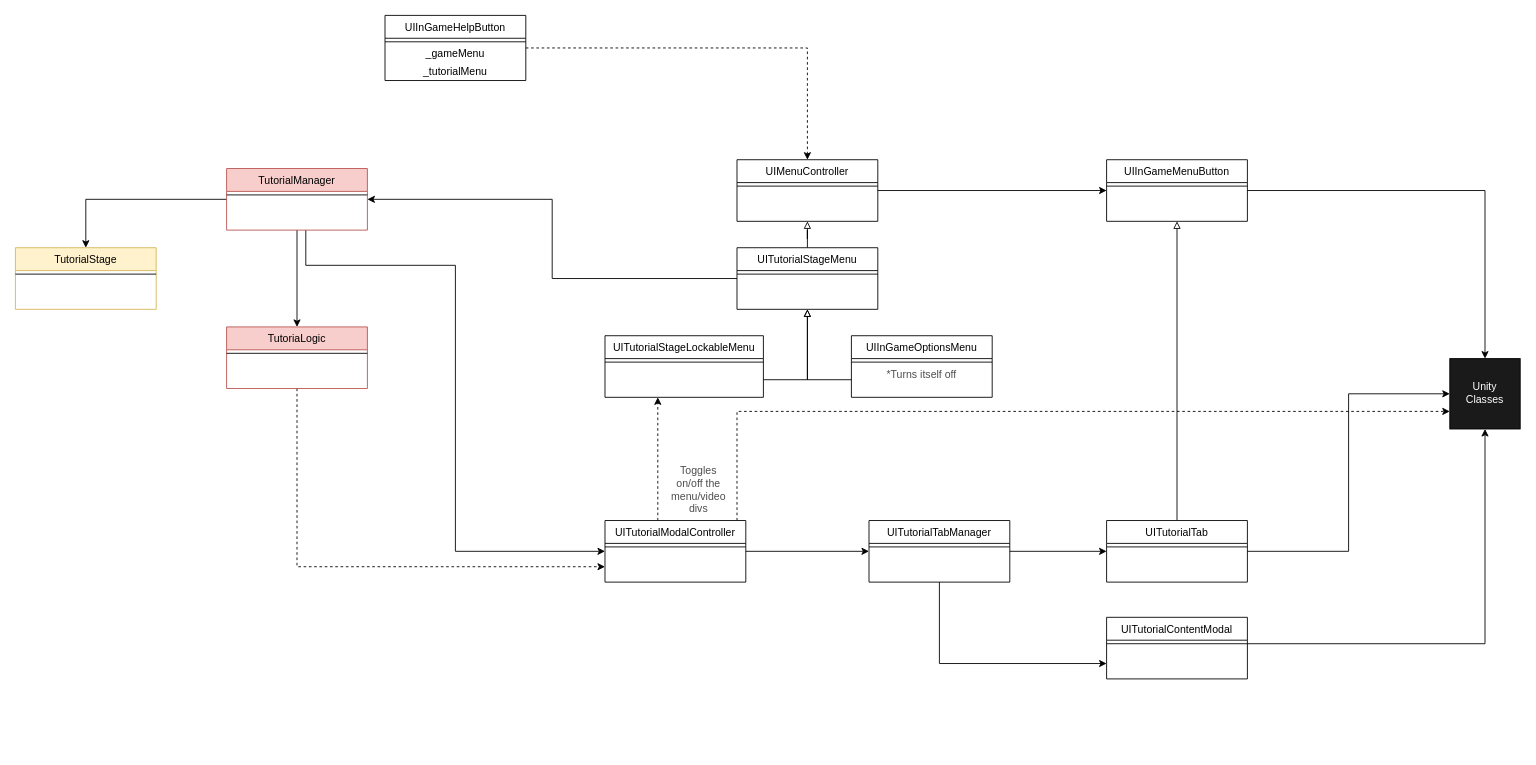
The draw.io diagram Assets/Documentation/TutorialV2UML.drawio in Havie/MPtest, before the edit. Source tidied: cells renumbered, new cells numbered last; positions are measured from the earlier drawing's top-left corner, leaving out a move shared by most shapes. Both pictures are drawn from the tidied source at 88%, with x=0, y=0 at pixel (15, 15).
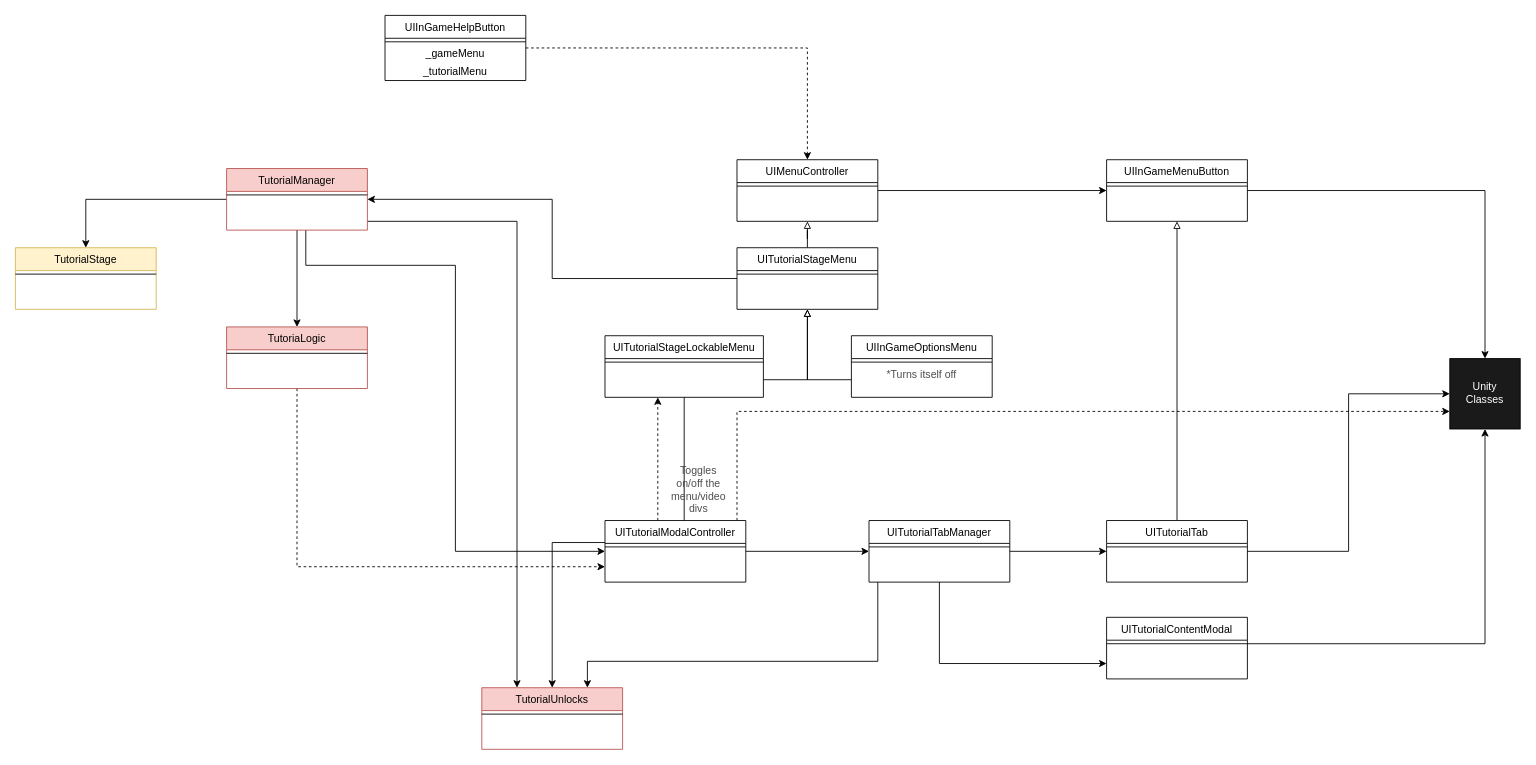
Above is the later version.

The change refers to these unchanged cells:
```xml
<mxCell id="17" value="UITutorialStageLockableMenu" style="swimlane;fontStyle=0;align=center;verticalAlign=top;horizontal=1;startSize=26;rounded=0;shadow=0;strokeWidth=1;" parent="1" vertex="1">
  <mxGeometry x="670" y="364" width="180" height="70" as="geometry" />
</mxCell>
<mxCell id="21" value="UITutorialStageMenu" style="swimlane;fontStyle=0;align=center;verticalAlign=top;horizontal=1;startSize=26;rounded=0;shadow=0;strokeWidth=1;" parent="1" vertex="1">
  <mxGeometry x="820" y="264" width="160" height="70" as="geometry" />
</mxCell>
<mxCell id="29" value="TutorialManager" style="swimlane;fontStyle=0;align=center;verticalAlign=top;horizontal=1;startSize=26;rounded=0;shadow=0;strokeWidth=1;fillColor=#f8cecc;strokeColor=#b85450;" parent="1" vertex="1">
  <mxGeometry x="240" y="174" width="160" height="70" as="geometry" />
</mxCell>
<mxCell id="47" value="UITutorialTabManager" style="swimlane;fontStyle=0;align=center;verticalAlign=top;horizontal=1;startSize=26;rounded=0;shadow=0;strokeWidth=1;" parent="1" vertex="1">
  <mxGeometry x="970" y="574" width="160" height="70" as="geometry" />
</mxCell>
```

Diff of the diagram source:
```diff
@@
+    <mxCell id="53" style="edgeStyle=orthogonalEdgeStyle;rounded=0;jettySize=auto;html=1;fontColor=#4D4D4D;endArrow=classic;endFill=1;" parent="1" edge="1" source="17" target="56">
+      <mxGeometry relative="1" as="geometry" />
+    </mxCell>
@@
-    <mxCell id="20" style="edgeStyle=orthogonalEdgeStyle;rounded=0;jettySize=auto;html=1;entryX=1;entryY=0.5;entryDx=0;entryDy=0;endArrow=classic;endFill=1;" parent="1" edge="1" source="21" target="29">
+    <mxCell id="20" style="edgeStyle=orthogonalEdgeStyle;rounded=0;jettySize=auto;html=1;entryX=1;entryY=0.5;entryDx=0;entryDy=0;fontColor=#4D4D4D;endArrow=classic;endFill=1;" parent="1" edge="1" source="21" target="29">
       <mxGeometry relative="1" as="geometry" />
     </mxCell>
@@
+    <mxCell id="54" style="edgeStyle=orthogonalEdgeStyle;rounded=0;jettySize=auto;html=1;entryX=0.25;entryY=0;entryDx=0;entryDy=0;fontColor=#4D4D4D;endArrow=classic;endFill=1;" parent="1" edge="1" source="29" target="56">
+      <mxGeometry relative="1" as="geometry">
+        <Array as="points">
+          <mxPoint x="570" y="234" />
+        </Array>
+      </mxGeometry>
+    </mxCell>
@@
+    <mxCell id="55" style="edgeStyle=orthogonalEdgeStyle;rounded=0;jettySize=auto;html=1;entryX=0.75;entryY=0;entryDx=0;entryDy=0;fontColor=#4D4D4D;endArrow=classic;endFill=1;" parent="1" edge="1" source="47" target="56">
+      <mxGeometry relative="1" as="geometry">
+        <Array as="points">
+          <mxPoint x="980" y="734" />
+          <mxPoint x="650" y="734" />
+        </Array>
+      </mxGeometry>
+    </mxCell>
@@
+    <mxCell id="56" value="TutorialUnlocks" style="swimlane;fontStyle=0;align=center;verticalAlign=top;horizontal=1;startSize=26;rounded=0;shadow=0;strokeWidth=1;fillColor=#f8cecc;strokeColor=#b85450;" parent="1" vertex="1">
+      <mxGeometry x="530" y="764" width="160" height="70" as="geometry" />
+    </mxCell>
+    <mxCell id="57" style="line;html=1;strokeWidth=1;align=left;verticalAlign=middle;spacingTop=-1;spacingLeft=3;spacingRight=3;labelPosition=right;" parent="56" vertex="1">
+      <mxGeometry y="26" width="160" height="8" as="geometry" />
+    </mxCell>
```
